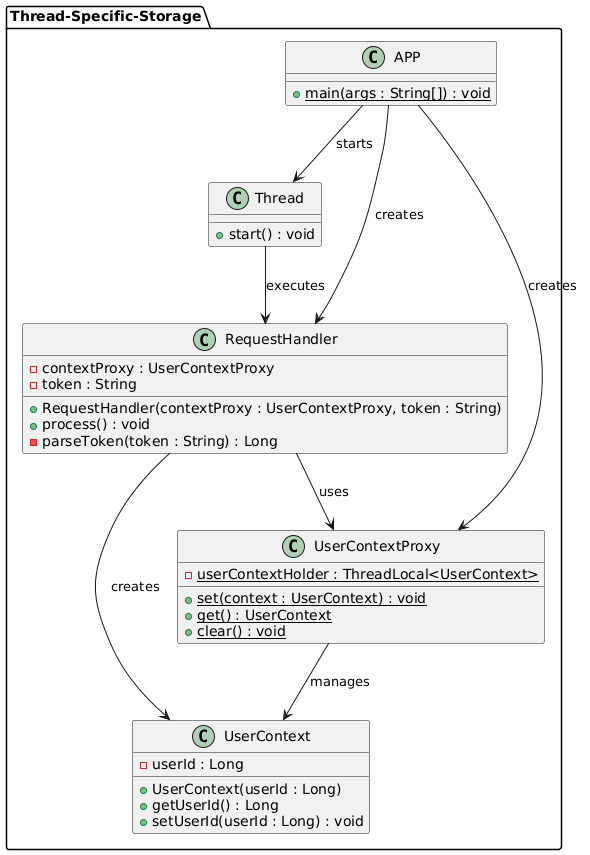
Above: thread-specific-storage/etc/ThreadSpecificStorageUML.png in iluwatar/java-design-patterns (PlantUML), before the change. Source of this version:
```plantuml
@startuml
package Thread-Specific-Storage {

  class APP {
    + {static} main(args : String[]) : void
  }

  class Thread {
    + start() : void
  }

  class UserContext {
    - userId : Long
    + UserContext(userId : Long)
    + getUserId() : Long
    + setUserId(userId : Long) : void
  }

  class UserContextProxy {
    - {static} userContextHolder : ThreadLocal<UserContext>
    + {static} set(context : UserContext) : void
    + {static} get() : UserContext
    + {static} clear() : void
  }

  class RequestHandler {
    - contextProxy : UserContextProxy
    - token : String
    + RequestHandler(contextProxy : UserContextProxy, token : String)
    + process() : void
    - parseToken(token : String) : Long
  }

  UserContextProxy --> UserContext : manages
  RequestHandler --> UserContextProxy : uses
  RequestHandler --> UserContext : creates
  APP --> UserContextProxy : creates
  APP --> RequestHandler : creates
  APP --> Thread : starts
  Thread --> RequestHandler : executes

}
@enduml
```
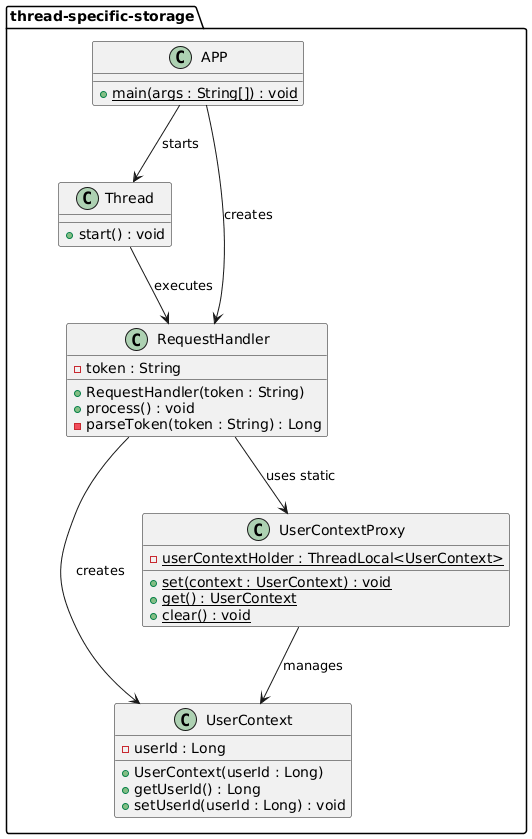
Later version of the same file.

Change to the diagram source:
```diff
@@ -1,5 +1,5 @@
 @startuml
-package Thread-Specific-Storage {
+package thread-specific-storage {
 
   class APP {
     + {static} main(args : String[]) : void
@@ -24,17 +24,15 @@
   }
 
   class RequestHandler {
-    - contextProxy : UserContextProxy
     - token : String
-    + RequestHandler(contextProxy : UserContextProxy, token : String)
+    + RequestHandler(token : String)
     + process() : void
     - parseToken(token : String) : Long
   }
 
   UserContextProxy --> UserContext : manages
-  RequestHandler --> UserContextProxy : uses
+  RequestHandler --> UserContextProxy : uses static
   RequestHandler --> UserContext : creates
-  APP --> UserContextProxy : creates
   APP --> RequestHandler : creates
   APP --> Thread : starts
   Thread --> RequestHandler : executes
```
